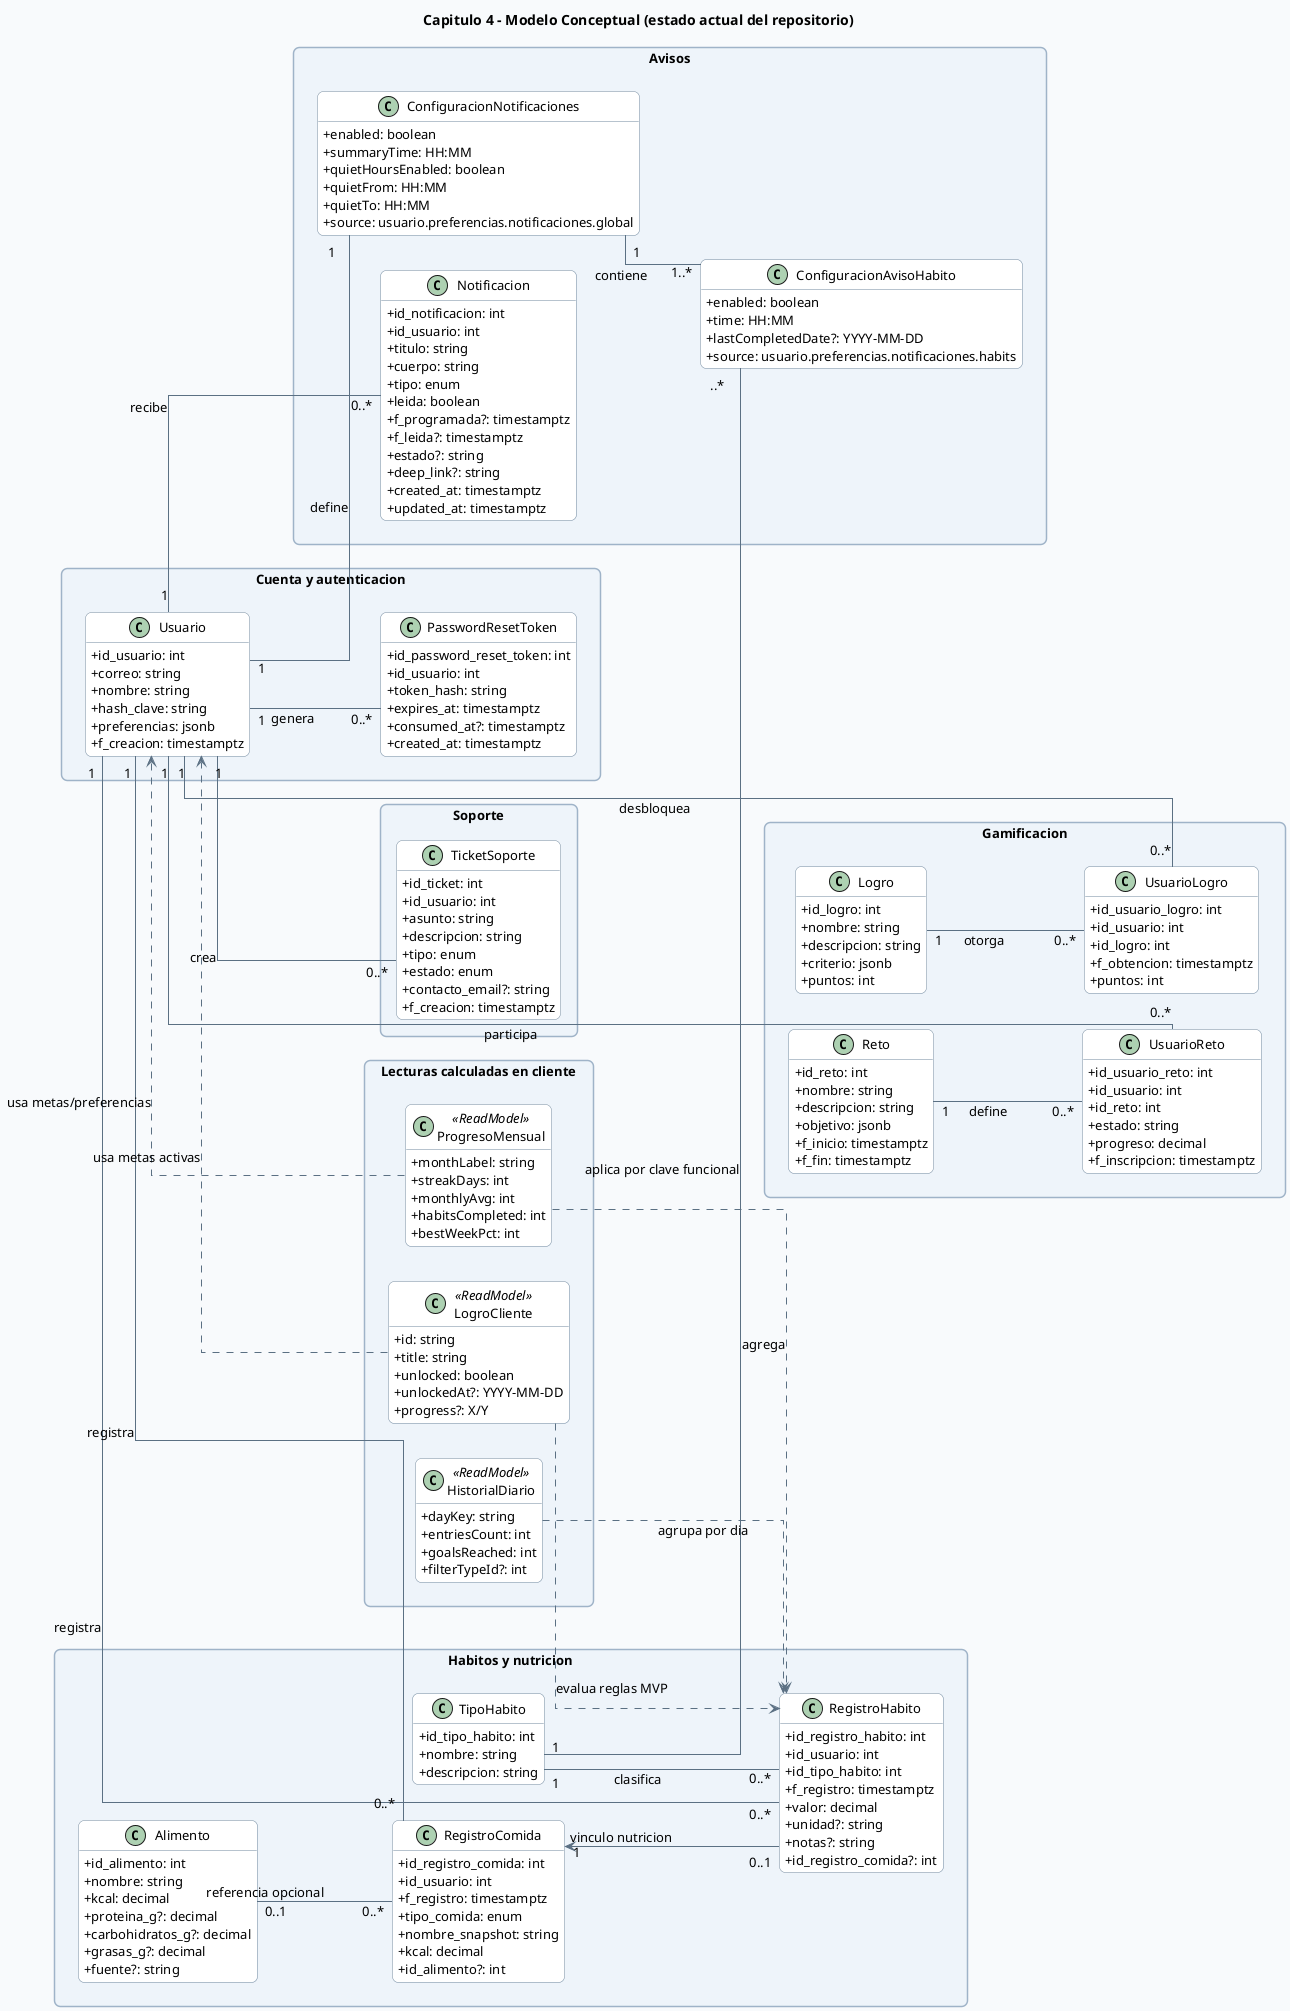
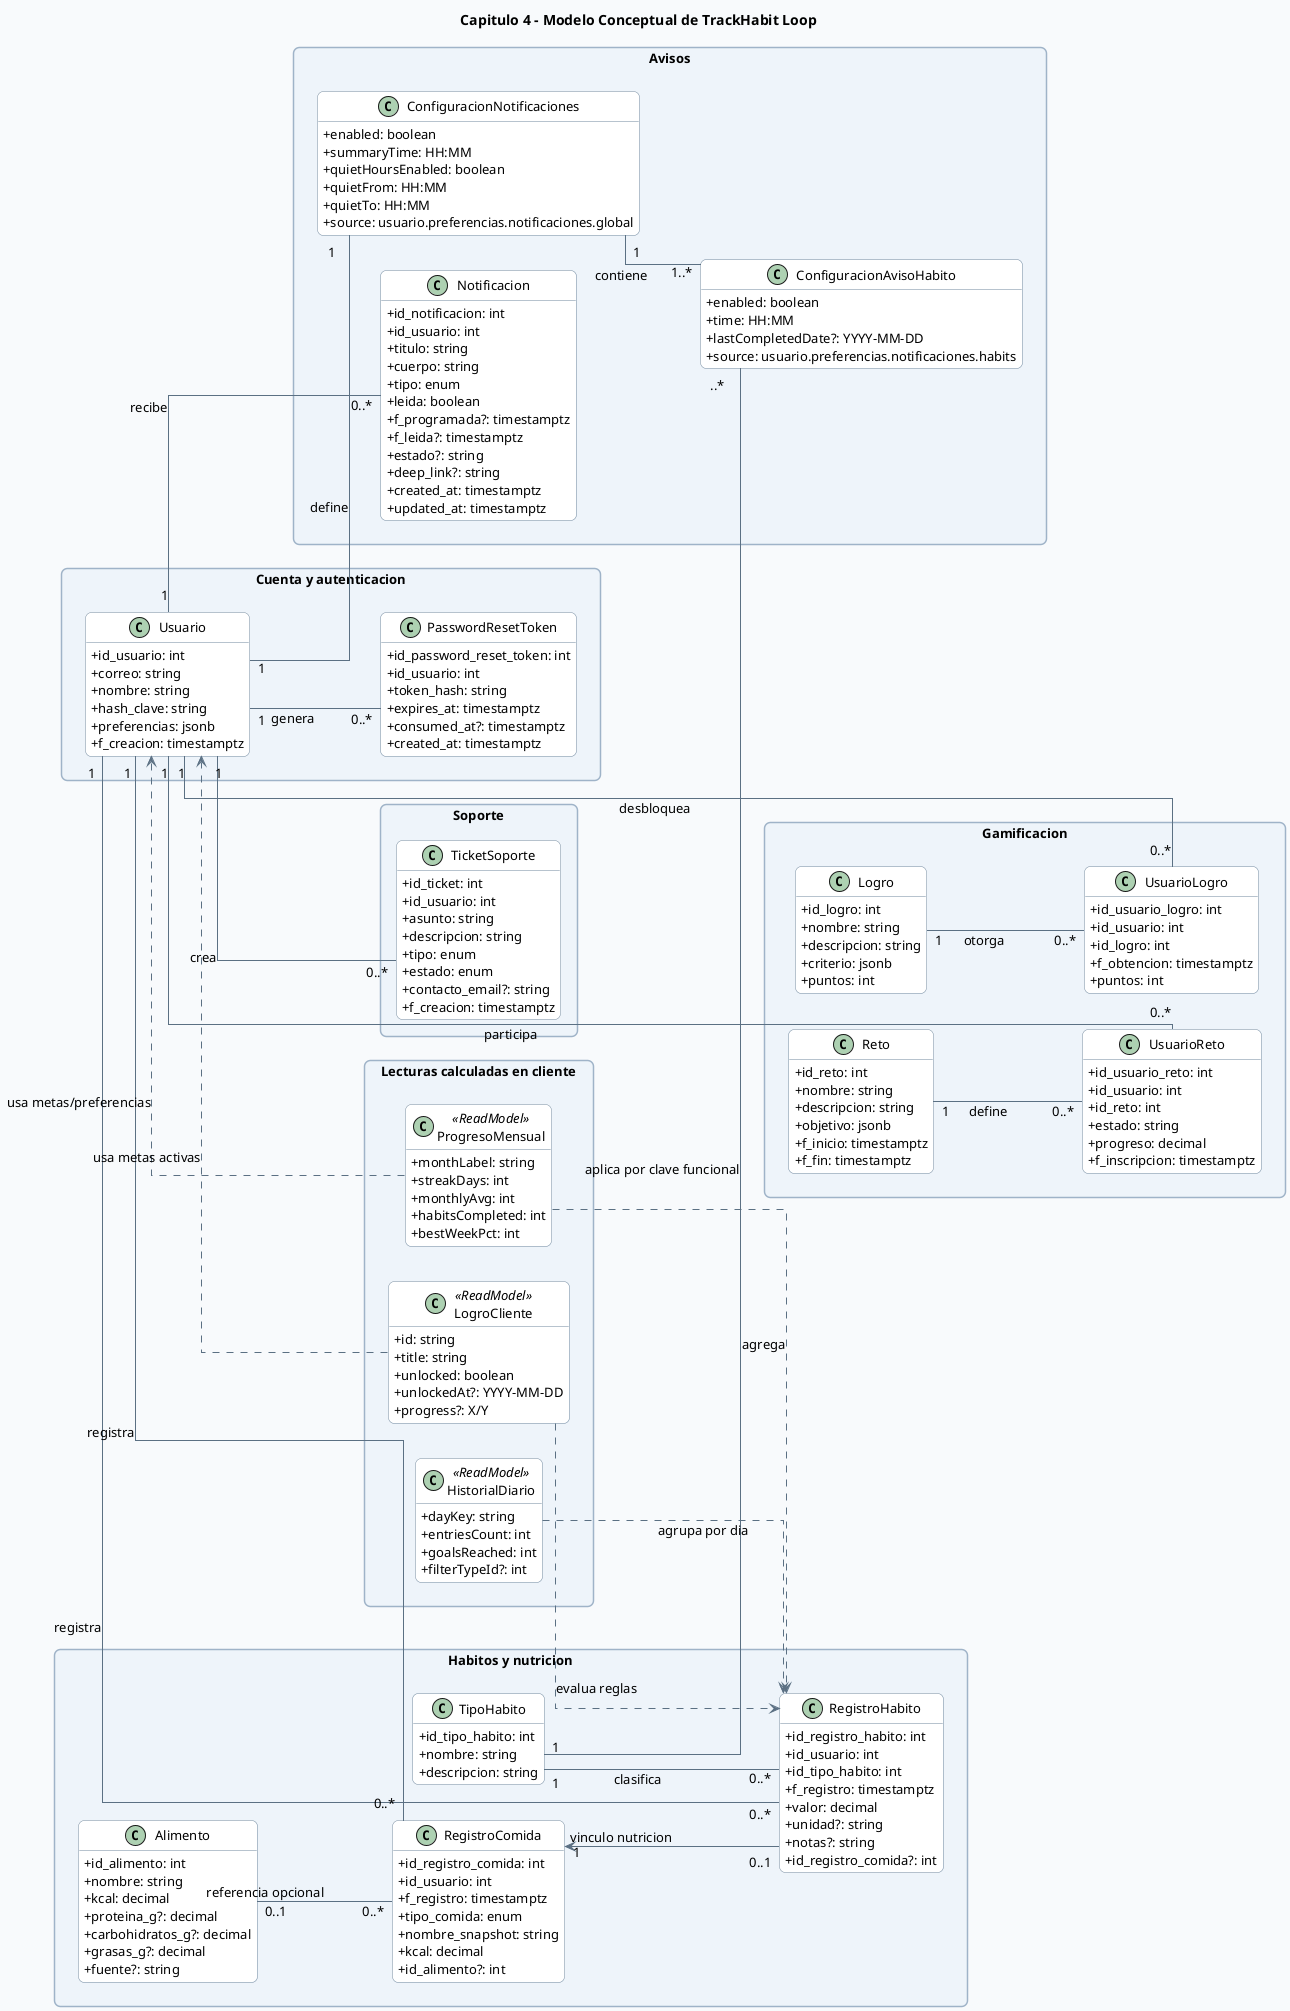
@startuml
' CAP4 - 01 Modelo Conceptual

left to right direction

skinparam backgroundColor #F8FAFC
skinparam shadowing false
skinparam roundcorner 12
skinparam defaultFontName Segoe UI
skinparam defaultFontSize 13
skinparam ArrowColor #5B7083
skinparam ArrowThickness 1
skinparam packageStyle rectangle
skinparam packageBorderColor #9FB3C8
skinparam packageBackgroundColor #EEF4FA
skinparam classBackgroundColor #FFFFFF
skinparam classBorderColor #6E879D
skinparam classAttributeIconSize 0
skinparam noteBackgroundColor #FFF9E6
skinparam noteBorderColor #D7C58A
skinparam linetype ortho

hide methods

- title Capitulo 4 - Modelo Conceptual (estado actual del repositorio)
+ title Capitulo 4 - Modelo Conceptual de TrackHabit Loop

package "Cuenta y autenticacion" {
  together {
    class Usuario {
      +id_usuario: int
      +correo: string
      +nombre: string
      +hash_clave: string
      +preferencias: jsonb
      +f_creacion: timestamptz
    }

    class PasswordResetToken {
      +id_password_reset_token: int
      +id_usuario: int
      +token_hash: string
      +expires_at: timestamptz
      +consumed_at?: timestamptz
      +created_at: timestamptz
    }
  }
}

package "Habitos y nutricion" {
  together {
    class TipoHabito {
      +id_tipo_habito: int
      +nombre: string
      +descripcion: string
    }

    class RegistroHabito {
      +id_registro_habito: int
      +id_usuario: int
      +id_tipo_habito: int
      +f_registro: timestamptz
      +valor: decimal
      +unidad?: string
      +notas?: string
      +id_registro_comida?: int
    }

    class Alimento {
      +id_alimento: int
      +nombre: string
      +kcal: decimal
      +proteina_g?: decimal
      +carbohidratos_g?: decimal
      +grasas_g?: decimal
      +fuente?: string
    }

    class RegistroComida {
      +id_registro_comida: int
      +id_usuario: int
      +f_registro: timestamptz
      +tipo_comida: enum
      +nombre_snapshot: string
      +kcal: decimal
      +id_alimento?: int
    }
  }
}

package "Avisos" {
  together {
    class ConfiguracionNotificaciones {
      +enabled: boolean
      +summaryTime: HH:MM
      +quietHoursEnabled: boolean
      +quietFrom: HH:MM
      +quietTo: HH:MM
      +source: usuario.preferencias.notificaciones.global
    }

    class ConfiguracionAvisoHabito {
      +habitKey: enum(hidratacion,nutricion,ejercicio,sueno,meditacion)
      +enabled: boolean
      +time: HH:MM
      +lastCompletedDate?: YYYY-MM-DD
      +source: usuario.preferencias.notificaciones.habits
    }

    class Notificacion {
      +id_notificacion: int
      +id_usuario: int
      +titulo: string
      +cuerpo: string
      +tipo: enum
      +leida: boolean
      +f_programada?: timestamptz
      +f_leida?: timestamptz
      +estado?: string
      +deep_link?: string
      +created_at: timestamptz
      +updated_at: timestamptz
    }
  }
}

package "Soporte" {
  class TicketSoporte {
    +id_ticket: int
    +id_usuario: int
    +asunto: string
    +descripcion: string
    +tipo: enum
    +estado: enum
    +contacto_email?: string
    +f_creacion: timestamptz
  }
}

package "Gamificacion" {
  together {
    class Logro {
      +id_logro: int
      +nombre: string
      +descripcion: string
      +criterio: jsonb
      +puntos: int
    }

    class UsuarioLogro {
      +id_usuario_logro: int
      +id_usuario: int
      +id_logro: int
      +f_obtencion: timestamptz
      +puntos: int
    }

    class Reto {
      +id_reto: int
      +nombre: string
      +descripcion: string
      +objetivo: jsonb
      +f_inicio: timestamptz
      +f_fin: timestamptz
    }

    class UsuarioReto {
      +id_usuario_reto: int
      +id_usuario: int
      +id_reto: int
      +estado: string
      +progreso: decimal
      +f_inscripcion: timestamptz
    }
  }
}

package "Lecturas calculadas en cliente" {
  together {
    class ProgresoMensual <<ReadModel>> {
      +monthLabel: string
      +streakDays: int
      +monthlyAvg: int
      +habitsCompleted: int
      +bestWeekPct: int
    }

    class HistorialDiario <<ReadModel>> {
      +dayKey: string
      +entriesCount: int
      +goalsReached: int
      +filterTypeId?: int
    }

    class LogroCliente <<ReadModel>> {
      +id: string
      +title: string
      +unlocked: boolean
      +unlockedAt?: YYYY-MM-DD
      +progress?: X/Y
    }
  }
}

' --- Relaciones del dominio ---
Usuario "1" -- "0..*" PasswordResetToken : genera

Usuario "1" -- "0..*" RegistroHabito : registra
TipoHabito "1" -- "0..*" RegistroHabito : clasifica

Usuario "1" -- "0..*" RegistroComida : registra
Alimento "0..1" -- "0..*" RegistroComida : referencia opcional
RegistroComida "1" <-- "0..1" RegistroHabito : vinculo nutricion

Usuario "1" -- "1" ConfiguracionNotificaciones : define
ConfiguracionNotificaciones "1" -- "1..*" ConfiguracionAvisoHabito : contiene
ConfiguracionAvisoHabito "..*" -- "1" TipoHabito : aplica por clave funcional

Usuario "1" -- "0..*" Notificacion : recibe
Usuario "1" -- "0..*" TicketSoporte : crea

Usuario "1" -- "0..*" UsuarioLogro : desbloquea
Logro "1" -- "0..*" UsuarioLogro : otorga
Usuario "1" -- "0..*" UsuarioReto : participa
Reto "1" -- "0..*" UsuarioReto : define

ProgresoMensual ..> RegistroHabito : agrega
ProgresoMensual ..> Usuario : usa metas/preferencias
HistorialDiario ..> RegistroHabito : agrupa por dia
- LogroCliente ..> RegistroHabito : evalua reglas MVP
+ LogroCliente ..> RegistroHabito : evalua reglas
LogroCliente ..> Usuario : usa metas activas

' --- Guias invisibles para mejorar distribucion ---
Usuario -[hidden]-> TipoHabito
TipoHabito -[hidden]-> ConfiguracionNotificaciones

TicketSoporte -[hidden]-> Logro
Logro -[hidden]-> ProgresoMensual

Usuario -[hidden]down-> TicketSoporte
TipoHabito -[hidden]down-> Logro
ConfiguracionNotificaciones -[hidden]down-> ProgresoMensual

/'
' --- Notas ---
note right of RegistroHabito
RB-001: cada registro pertenece a un usuario autenticado.
RB-002: id_tipo_habito debe existir en tipo_habito.
RB-003: consultas principales por rango de fechas.
RB-003b: registrar comida no crea automaticamente
un RegistroHabito de nutricion en el flujo actual.
end note

note right of Notificacion
RB-004: entidad persistida en backend (/notifications*),
con operaciones listar/detalle/marcar/borrar/seed.
- En MVP actual no hay inbox mobile cableado.
+ Disponible para consulta y seguimiento de avisos.
end note

note right of ConfiguracionNotificaciones
Fuente de verdad unica: usuario.preferencias.notificaciones.
Se edita desde Perfil > Notificaciones y desde cada habito.
Si enabled=false a nivel global, los avisos por habito no
- se consideran activos en el MVP.
+ se consideran activos.
end note

note right of ConfiguracionAvisoHabito
Al registrar un habito/comida, se actualiza lastCompletedDate
- para coherencia MVP de cancelacion/reprogramacion logica.
- Sin motor de scheduling backend en esta fase;
- la programacion activa se ejecuta en mobile con
+ para coherencia de cancelacion/reprogramacion logica.
+ La programacion activa se ejecuta en mobile con
notificaciones locales.
end note

note bottom
- Las tablas recordatorio y user_device existen en SQL como
- infraestructura legacy/no operativa en el MVP actual.
+ Las tablas recordatorio y user_device
+ forman parte del modelo de avisos y dispositivos.
end note

note bottom of Logro
- Las tablas logro/reto existen en BD; hoy no hay rutas REST
- dedicadas para gestion de gamificacion en backend.
+ Las tablas logro/reto almacenan
+ reglas, puntos y participaciones.
end note

note bottom
- No se detecto modulo social (posts/comentarios/reacciones)
- en la version actual del backend ni de la app mobile.
+ El alcance del modelo se centra en salud,
+ progreso, avisos, gamificacion y soporte.
end note
*/
- @enduml+ @enduml
